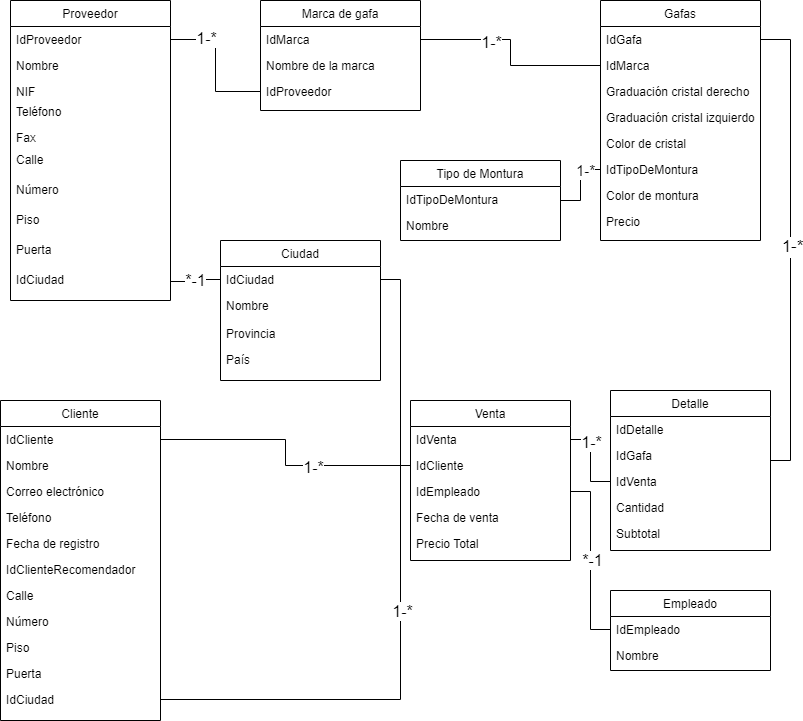
This is Optica.drawio.png from florenciaacostabosch/Mysql-estructura, a draw.io export, as it was before one commit. Source tidied: cells renumbered, new cells last; positions are measured from the earlier drawing's top-left corner, leaving out a move shared by most shapes. Source of this version:
```xml
<mxGraphModel>
  <root>
    <mxCell id="0" />
    <mxCell id="1" parent="0" />
    <mxCell id="2" value="Proveedor" style="swimlane;fontStyle=0;align=center;verticalAlign=top;horizontal=1;startSize=26;rounded=0;shadow=0;strokeWidth=1;" parent="1" vertex="1">
      <mxGeometry x="10" width="160" height="300" as="geometry" />
    </mxCell>
    <mxCell id="3" value="IdProveedor" style="text;align=left;verticalAlign=top;spacingLeft=4;spacingRight=4;overflow=hidden;points=[[0,0.5],[1,0.5]];portConstraint=eastwest;" parent="2" vertex="1">
      <mxGeometry y="26" width="160" height="26" as="geometry" />
    </mxCell>
    <mxCell id="4" value="Nombre" style="text;align=left;verticalAlign=top;spacingLeft=4;spacingRight=4;overflow=hidden;" parent="2" vertex="1">
      <mxGeometry y="52" width="160" height="26" as="geometry" />
    </mxCell>
    <mxCell id="5" value="NIF" style="text;align=left;verticalAlign=top;spacingLeft=4;spacingRight=4;overflow=hidden;rounded=0;shadow=0;html=0;" parent="2" vertex="1">
      <mxGeometry y="78" width="160" height="20" as="geometry" />
    </mxCell>
    <mxCell id="6" value="Teléfono" style="text;align=left;verticalAlign=top;spacingLeft=4;spacingRight=4;overflow=hidden;rounded=0;shadow=0;html=0;" parent="2" vertex="1">
      <mxGeometry y="98" width="160" height="26" as="geometry" />
    </mxCell>
    <mxCell id="7" value="Fax" style="text;align=left;verticalAlign=top;spacingLeft=4;spacingRight=4;overflow=hidden;rounded=0;shadow=0;html=0;" parent="2" vertex="1">
      <mxGeometry y="124" width="160" height="22" as="geometry" />
    </mxCell>
    <mxCell id="8" value="Calle" style="text;align=left;verticalAlign=top;spacingLeft=4;spacingRight=4;overflow=hidden;" parent="2" vertex="1">
      <mxGeometry y="146" width="160" height="30" as="geometry" />
    </mxCell>
    <mxCell id="9" value="Número" style="text;align=left;verticalAlign=top;spacingLeft=4;spacingRight=4;overflow=hidden;" parent="2" vertex="1">
      <mxGeometry y="176" width="160" height="30" as="geometry" />
    </mxCell>
    <mxCell id="10" value="Piso" style="text;align=left;verticalAlign=top;spacingLeft=4;spacingRight=4;overflow=hidden;" parent="2" vertex="1">
      <mxGeometry y="206" width="160" height="30" as="geometry" />
    </mxCell>
    <mxCell id="11" value="Puerta" style="text;align=left;verticalAlign=top;spacingLeft=4;spacingRight=4;overflow=hidden;" parent="2" vertex="1">
      <mxGeometry y="236" width="160" height="30" as="geometry" />
    </mxCell>
    <mxCell id="12" value="IdCiudad" style="text;align=left;verticalAlign=top;spacingLeft=4;spacingRight=4;overflow=hidden;points=[[0,0.5],[1,0.5]];portConstraint=eastwest;" parent="2" vertex="1">
      <mxGeometry y="266" width="160" height="30" as="geometry" />
    </mxCell>
    <mxCell id="13" value="Cliente" style="swimlane;fontStyle=0;align=center;verticalAlign=top;horizontal=1;startSize=26;rounded=0;shadow=0;strokeWidth=1;" parent="1" vertex="1">
      <mxGeometry y="400" width="160" height="320" as="geometry" />
    </mxCell>
    <mxCell id="14" value="IdCliente" style="text;align=left;verticalAlign=top;spacingLeft=4;spacingRight=4;overflow=hidden;points=[[0,0.5],[1,0.5]];portConstraint=eastwest;" parent="13" vertex="1">
      <mxGeometry y="26" width="160" height="26" as="geometry" />
    </mxCell>
    <mxCell id="15" value="Nombre" style="text;align=left;verticalAlign=top;spacingLeft=4;spacingRight=4;overflow=hidden;" parent="13" vertex="1">
      <mxGeometry y="52" width="160" height="26" as="geometry" />
    </mxCell>
    <mxCell id="16" value="Correo electrónico" style="text;align=left;verticalAlign=top;spacingLeft=4;spacingRight=4;overflow=hidden;rounded=0;shadow=0;html=0;" parent="13" vertex="1">
      <mxGeometry y="78" width="160" height="26" as="geometry" />
    </mxCell>
    <mxCell id="17" value="Teléfono" style="text;align=left;verticalAlign=top;spacingLeft=4;spacingRight=4;overflow=hidden;rounded=0;shadow=0;html=0;" parent="13" vertex="1">
      <mxGeometry y="104" width="160" height="26" as="geometry" />
    </mxCell>
    <mxCell id="18" value="Fecha de registro" style="text;align=left;verticalAlign=top;spacingLeft=4;spacingRight=4;overflow=hidden;rounded=0;shadow=0;html=0;" parent="13" vertex="1">
      <mxGeometry y="130" width="160" height="26" as="geometry" />
    </mxCell>
    <mxCell id="19" value="IdClienteRecomendador" style="text;align=left;verticalAlign=top;spacingLeft=4;spacingRight=4;overflow=hidden;rounded=0;shadow=0;html=0;" parent="13" vertex="1">
      <mxGeometry y="156" width="160" height="26" as="geometry" />
    </mxCell>
    <mxCell id="20" value="Calle" style="text;align=left;verticalAlign=top;spacingLeft=4;spacingRight=4;overflow=hidden;rounded=0;shadow=0;html=0;" parent="13" vertex="1">
      <mxGeometry y="182" width="160" height="26" as="geometry" />
    </mxCell>
    <mxCell id="21" value="Número" style="text;align=left;verticalAlign=top;spacingLeft=4;spacingRight=4;overflow=hidden;rounded=0;shadow=0;html=0;" parent="13" vertex="1">
      <mxGeometry y="208" width="160" height="26" as="geometry" />
    </mxCell>
    <mxCell id="22" value="Piso" style="text;align=left;verticalAlign=top;spacingLeft=4;spacingRight=4;overflow=hidden;rounded=0;shadow=0;html=0;" parent="13" vertex="1">
      <mxGeometry y="234" width="160" height="26" as="geometry" />
    </mxCell>
    <mxCell id="23" value="Puerta" style="text;align=left;verticalAlign=top;spacingLeft=4;spacingRight=4;overflow=hidden;rounded=0;shadow=0;html=0;" parent="13" vertex="1">
      <mxGeometry y="260" width="160" height="26" as="geometry" />
    </mxCell>
    <mxCell id="24" value="IdCiudad" style="text;align=left;verticalAlign=top;spacingLeft=4;spacingRight=4;overflow=hidden;points=[[0,0.5],[1,0.5]];portConstraint=eastwest;rounded=0;shadow=0;html=0;" parent="13" vertex="1">
      <mxGeometry y="286" width="160" height="26" as="geometry" />
    </mxCell>
    <mxCell id="25" value="Gafas" style="swimlane;fontStyle=0;align=center;verticalAlign=top;horizontal=1;startSize=26;rounded=0;shadow=0;strokeWidth=1;" parent="1" vertex="1">
      <mxGeometry x="600" width="160" height="240" as="geometry" />
    </mxCell>
    <mxCell id="26" value="IdGafa" style="text;align=left;verticalAlign=top;spacingLeft=4;spacingRight=4;overflow=hidden;points=[[0,0.5],[1,0.5]];portConstraint=eastwest;" parent="25" vertex="1">
      <mxGeometry y="26" width="160" height="26" as="geometry" />
    </mxCell>
    <mxCell id="27" value="IdMarca" style="text;align=left;verticalAlign=top;spacingLeft=4;spacingRight=4;overflow=hidden;points=[[0,0.5],[1,0.5]];portConstraint=eastwest;" parent="25" vertex="1">
      <mxGeometry y="52" width="160" height="26" as="geometry" />
    </mxCell>
    <mxCell id="28" value="Graduación cristal derecho" style="text;align=left;verticalAlign=top;spacingLeft=4;spacingRight=4;overflow=hidden;" parent="25" vertex="1">
      <mxGeometry y="78" width="160" height="26" as="geometry" />
    </mxCell>
    <mxCell id="29" value="Graduación cristal izquierdo" style="text;align=left;verticalAlign=top;spacingLeft=4;spacingRight=4;overflow=hidden;" parent="25" vertex="1">
      <mxGeometry y="104" width="160" height="26" as="geometry" />
    </mxCell>
    <mxCell id="30" value="Color de cristal" style="text;align=left;verticalAlign=top;spacingLeft=4;spacingRight=4;overflow=hidden;" parent="25" vertex="1">
      <mxGeometry y="130" width="160" height="26" as="geometry" />
    </mxCell>
    <mxCell id="31" value="IdTipoDeMontura" style="text;align=left;verticalAlign=top;spacingLeft=4;spacingRight=4;overflow=hidden;points=[[0,0.5],[1,0.5]];portConstraint=eastwest;" parent="25" vertex="1">
      <mxGeometry y="156" width="160" height="26" as="geometry" />
    </mxCell>
    <mxCell id="32" value="Color de montura" style="text;align=left;verticalAlign=top;spacingLeft=4;spacingRight=4;overflow=hidden;" parent="25" vertex="1">
      <mxGeometry y="182" width="160" height="26" as="geometry" />
    </mxCell>
    <mxCell id="33" value="Precio" style="text;align=left;verticalAlign=top;spacingLeft=4;spacingRight=4;overflow=hidden;" parent="25" vertex="1">
      <mxGeometry y="208" width="160" height="26" as="geometry" />
    </mxCell>
    <mxCell id="34" value="Marca de gafa" style="swimlane;fontStyle=0;align=center;verticalAlign=top;horizontal=1;startSize=26;rounded=0;shadow=0;strokeWidth=1;" parent="1" vertex="1">
      <mxGeometry x="260" width="160" height="110" as="geometry" />
    </mxCell>
    <mxCell id="35" value="IdMarca" style="text;align=left;verticalAlign=top;spacingLeft=4;spacingRight=4;overflow=hidden;points=[[0,0.5],[1,0.5]];portConstraint=eastwest;" parent="34" vertex="1">
      <mxGeometry y="26" width="160" height="26" as="geometry" />
    </mxCell>
    <mxCell id="36" value="Nombre de la marca" style="text;align=left;verticalAlign=top;spacingLeft=4;spacingRight=4;overflow=hidden;" parent="34" vertex="1">
      <mxGeometry y="52" width="160" height="26" as="geometry" />
    </mxCell>
    <mxCell id="37" value="IdProveedor" style="text;align=left;verticalAlign=top;spacingLeft=4;spacingRight=4;overflow=hidden;points=[[0,0.5],[1,0.5]];portConstraint=eastwest;" parent="34" vertex="1">
      <mxGeometry y="78" width="160" height="26" as="geometry" />
    </mxCell>
    <mxCell id="38" value="Venta" style="swimlane;fontStyle=0;align=center;verticalAlign=top;horizontal=1;startSize=26;rounded=0;shadow=0;strokeWidth=1;" parent="1" vertex="1">
      <mxGeometry x="410" y="400" width="160" height="160" as="geometry" />
    </mxCell>
    <mxCell id="39" value="IdVenta" style="text;align=left;verticalAlign=top;spacingLeft=4;spacingRight=4;overflow=hidden;points=[[0,0.5],[1,0.5]];portConstraint=eastwest;" parent="38" vertex="1">
      <mxGeometry y="26" width="160" height="26" as="geometry" />
    </mxCell>
    <mxCell id="40" value="IdCliente" style="text;align=left;verticalAlign=top;spacingLeft=4;spacingRight=4;overflow=hidden;points=[[0,0.5],[1,0.5]];portConstraint=eastwest;" parent="38" vertex="1">
      <mxGeometry y="52" width="160" height="26" as="geometry" />
    </mxCell>
    <mxCell id="41" value="IdEmpleado" style="text;align=left;verticalAlign=top;spacingLeft=4;spacingRight=4;overflow=hidden;points=[[0,0.5],[1,0.5]];portConstraint=eastwest;" parent="38" vertex="1">
      <mxGeometry y="78" width="160" height="26" as="geometry" />
    </mxCell>
    <mxCell id="42" value="Fecha de venta" style="text;align=left;verticalAlign=top;spacingLeft=4;spacingRight=4;overflow=hidden;" parent="38" vertex="1">
      <mxGeometry y="104" width="160" height="26" as="geometry" />
    </mxCell>
    <mxCell id="43" value="Precio Total" style="text;align=left;verticalAlign=top;spacingLeft=4;spacingRight=4;overflow=hidden;" parent="38" vertex="1">
      <mxGeometry y="130" width="160" height="26" as="geometry" />
    </mxCell>
    <mxCell id="44" value="Empleado" style="swimlane;fontStyle=0;align=center;verticalAlign=top;horizontal=1;startSize=26;rounded=0;shadow=0;strokeWidth=1;" parent="1" vertex="1">
      <mxGeometry x="610" y="590" width="160" height="80" as="geometry" />
    </mxCell>
    <mxCell id="45" value="IdEmpleado" style="text;align=left;verticalAlign=top;spacingLeft=4;spacingRight=4;overflow=hidden;points=[[0,0.5],[1,0.5]];portConstraint=eastwest;" parent="44" vertex="1">
      <mxGeometry y="26" width="160" height="26" as="geometry" />
    </mxCell>
    <mxCell id="46" value="Nombre" style="text;align=left;verticalAlign=top;spacingLeft=4;spacingRight=4;overflow=hidden;" parent="44" vertex="1">
      <mxGeometry y="52" width="160" height="26" as="geometry" />
    </mxCell>
    <mxCell id="47" style="edgeStyle=orthogonalEdgeStyle;rounded=0;jettySize=auto;html=1;endArrow=none;endFill=0;" parent="1" edge="1" source="27" target="35">
      <mxGeometry relative="1" as="geometry" />
    </mxCell>
    <mxCell id="48" value="1-*" style="edgeLabel;html=1;align=center;verticalAlign=middle;fontSize=16;" parent="47" vertex="1">
      <mxGeometry x="0.32" y="2" relative="1" as="geometry" />
    </mxCell>
    <mxCell id="49" style="edgeStyle=orthogonalEdgeStyle;rounded=0;jettySize=auto;html=1;endArrow=none;endFill=0;" parent="1" edge="1" source="37" target="3">
      <mxGeometry relative="1" as="geometry" />
    </mxCell>
    <mxCell id="50" value="1-*" style="edgeLabel;html=1;align=center;verticalAlign=middle;fontSize=16;" parent="49" vertex="1">
      <mxGeometry x="0.51" y="-2" relative="1" as="geometry" />
    </mxCell>
    <mxCell id="51" value="Detalle" style="swimlane;fontStyle=0;align=center;verticalAlign=top;horizontal=1;startSize=26;rounded=0;shadow=0;strokeWidth=1;" parent="1" vertex="1">
      <mxGeometry x="610" y="390" width="160" height="160" as="geometry" />
    </mxCell>
    <mxCell id="52" value="IdDetalle" style="text;align=left;verticalAlign=top;spacingLeft=4;spacingRight=4;overflow=hidden;points=[[0,0.5],[1,0.5]];portConstraint=eastwest;" parent="51" vertex="1">
      <mxGeometry y="26" width="160" height="26" as="geometry" />
    </mxCell>
    <mxCell id="53" value="IdGafa" style="text;align=left;verticalAlign=top;spacingLeft=4;spacingRight=4;overflow=hidden;" parent="51" vertex="1">
      <mxGeometry y="52" width="160" height="26" as="geometry" />
    </mxCell>
    <mxCell id="54" value="IdVenta" style="text;align=left;verticalAlign=top;spacingLeft=4;spacingRight=4;overflow=hidden;points=[[0,0.5],[1,0.5]];portConstraint=eastwest;" parent="51" vertex="1">
      <mxGeometry y="78" width="160" height="26" as="geometry" />
    </mxCell>
    <mxCell id="55" value="Cantidad" style="text;align=left;verticalAlign=top;spacingLeft=4;spacingRight=4;overflow=hidden;" parent="51" vertex="1">
      <mxGeometry y="104" width="160" height="26" as="geometry" />
    </mxCell>
    <mxCell id="56" value="Subtotal" style="text;align=left;verticalAlign=top;spacingLeft=4;spacingRight=4;overflow=hidden;" parent="51" vertex="1">
      <mxGeometry y="130" width="160" height="26" as="geometry" />
    </mxCell>
    <mxCell id="57" style="edgeStyle=orthogonalEdgeStyle;rounded=0;jettySize=auto;html=1;exitX=0;exitY=0.5;exitDx=0;exitDy=0;entryX=1;entryY=0.5;entryDx=0;entryDy=0;endArrow=none;endFill=0;" parent="1" edge="1" source="40" target="14">
      <mxGeometry relative="1" as="geometry" />
    </mxCell>
    <mxCell id="58" value="1-*" style="edgeLabel;html=1;align=center;verticalAlign=middle;fontSize=16;" parent="57" vertex="1">
      <mxGeometry x="-0.29" y="1" relative="1" as="geometry" />
    </mxCell>
    <mxCell id="59" style="edgeStyle=orthogonalEdgeStyle;rounded=0;jettySize=auto;html=1;exitX=1;exitY=0.5;exitDx=0;exitDy=0;endArrow=none;endFill=0;" parent="1" edge="1" source="41" target="45">
      <mxGeometry relative="1" as="geometry" />
    </mxCell>
    <mxCell id="60" value="*-1" style="edgeLabel;html=1;align=center;verticalAlign=middle;fontSize=16;" parent="59" vertex="1">
      <mxGeometry x="-0.01" y="1" relative="1" as="geometry" />
    </mxCell>
    <mxCell id="61" style="edgeStyle=orthogonalEdgeStyle;rounded=0;jettySize=auto;html=1;exitX=1;exitY=0.5;exitDx=0;exitDy=0;entryX=1;entryY=0.5;entryDx=0;entryDy=0;endArrow=none;endFill=0;" parent="1" edge="1" source="52" target="26">
      <mxGeometry relative="1" as="geometry">
        <Array as="points">
          <mxPoint x="770" y="460" />
          <mxPoint x="790" y="460" />
          <mxPoint x="790" y="39" />
        </Array>
      </mxGeometry>
    </mxCell>
    <mxCell id="62" value="1-*" style="edgeLabel;html=1;align=center;verticalAlign=middle;fontSize=17;" parent="61" vertex="1">
      <mxGeometry x="0.06" y="-1" relative="1" as="geometry" />
    </mxCell>
    <mxCell id="63" value="Ciudad" style="swimlane;fontStyle=0;align=center;verticalAlign=top;horizontal=1;startSize=26;rounded=0;shadow=0;strokeWidth=1;" parent="1" vertex="1">
      <mxGeometry x="220" y="240" width="160" height="140" as="geometry" />
    </mxCell>
    <mxCell id="64" value="IdCiudad" style="text;align=left;verticalAlign=top;spacingLeft=4;spacingRight=4;overflow=hidden;points=[[0,0.5],[1,0.5]];portConstraint=eastwest;" parent="63" vertex="1">
      <mxGeometry y="26" width="160" height="26" as="geometry" />
    </mxCell>
    <mxCell id="65" value="Nombre" style="text;align=left;verticalAlign=top;spacingLeft=4;spacingRight=4;overflow=hidden;" parent="63" vertex="1">
      <mxGeometry y="52" width="160" height="28" as="geometry" />
    </mxCell>
    <mxCell id="66" value="Provincia" style="text;align=left;verticalAlign=top;spacingLeft=4;spacingRight=4;overflow=hidden;" parent="63" vertex="1">
      <mxGeometry y="80" width="160" height="26" as="geometry" />
    </mxCell>
    <mxCell id="67" value="País" style="text;align=left;verticalAlign=top;spacingLeft=4;spacingRight=4;overflow=hidden;" parent="63" vertex="1">
      <mxGeometry y="106" width="160" height="26" as="geometry" />
    </mxCell>
    <mxCell id="68" value="Tipo de Montura" style="swimlane;fontStyle=0;align=center;verticalAlign=top;horizontal=1;startSize=26;rounded=0;shadow=0;strokeWidth=1;" parent="1" vertex="1">
      <mxGeometry x="400" y="160" width="160" height="80" as="geometry" />
    </mxCell>
    <mxCell id="69" value="IdTipoDeMontura" style="text;align=left;verticalAlign=top;spacingLeft=4;spacingRight=4;overflow=hidden;" parent="68" vertex="1">
      <mxGeometry y="26" width="160" height="26" as="geometry" />
    </mxCell>
    <mxCell id="70" value="Nombre" style="text;align=left;verticalAlign=top;spacingLeft=4;spacingRight=4;overflow=hidden;" parent="68" vertex="1">
      <mxGeometry y="52" width="160" height="28" as="geometry" />
    </mxCell>
    <mxCell id="71" style="edgeStyle=orthogonalEdgeStyle;rounded=0;jettySize=auto;html=1;exitX=0;exitY=0.5;exitDx=0;exitDy=0;endArrow=none;endFill=0;" parent="1" edge="1" source="31" target="68">
      <mxGeometry relative="1" as="geometry" />
    </mxCell>
    <mxCell id="72" value="1-*" style="edgeLabel;html=1;align=center;verticalAlign=middle;fontSize=15;" parent="71" vertex="1">
      <mxGeometry x="-0.55" relative="1" as="geometry" />
    </mxCell>
    <mxCell id="73" style="edgeStyle=orthogonalEdgeStyle;rounded=0;jettySize=auto;html=1;exitX=1;exitY=0.5;exitDx=0;exitDy=0;entryX=0;entryY=0.5;entryDx=0;entryDy=0;endArrow=none;endFill=0;" parent="1" edge="1" source="12" target="64">
      <mxGeometry relative="1" as="geometry" />
    </mxCell>
    <mxCell id="74" value="*-1" style="edgeLabel;html=1;align=center;verticalAlign=middle;fontSize=16;" parent="73" vertex="1">
      <mxGeometry x="0.04" y="-1" relative="1" as="geometry">
        <mxPoint x="-1" y="-1" as="offset" />
      </mxGeometry>
    </mxCell>
    <mxCell id="75" style="edgeStyle=orthogonalEdgeStyle;rounded=0;jettySize=auto;html=1;exitX=1;exitY=0.5;exitDx=0;exitDy=0;entryX=1;entryY=0.5;entryDx=0;entryDy=0;endArrow=none;endFill=0;" parent="1" edge="1" source="24" target="64">
      <mxGeometry relative="1" as="geometry" />
    </mxCell>
    <mxCell id="76" value="1-*" style="edgeLabel;html=1;align=center;verticalAlign=middle;fontSize=16;" parent="75" vertex="1">
      <mxGeometry x="-0.03" y="-1" relative="1" as="geometry" />
    </mxCell>
    <mxCell id="77" style="edgeStyle=orthogonalEdgeStyle;rounded=0;jettySize=auto;html=1;exitX=1;exitY=0.5;exitDx=0;exitDy=0;entryX=0;entryY=0.5;entryDx=0;entryDy=0;endArrow=none;endFill=0;" parent="1" edge="1" source="39" target="54">
      <mxGeometry relative="1" as="geometry" />
    </mxCell>
    <mxCell id="78" value="1-*" style="edgeLabel;html=1;align=center;verticalAlign=middle;fontSize=16;" parent="77" vertex="1">
      <mxGeometry x="-0.46" relative="1" as="geometry" />
    </mxCell>
  </root>
</mxGraphModel>
```
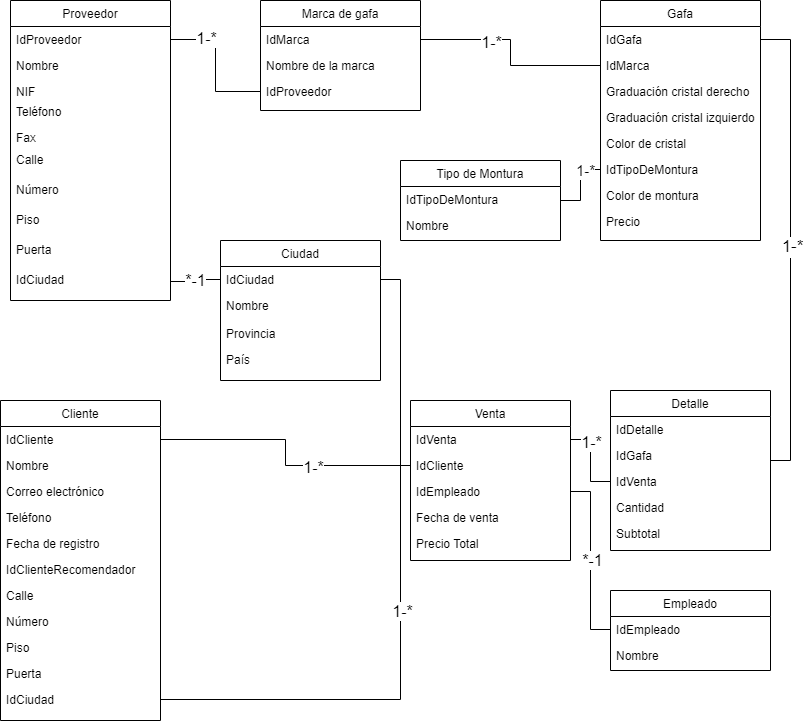
After the change.

What changed in the source:
```diff
@@ -71,7 +71,7 @@
     <mxCell id="24" value="IdCiudad" style="text;align=left;verticalAlign=top;spacingLeft=4;spacingRight=4;overflow=hidden;points=[[0,0.5],[1,0.5]];portConstraint=eastwest;rounded=0;shadow=0;html=0;" parent="13" vertex="1">
       <mxGeometry y="286" width="160" height="26" as="geometry" />
     </mxCell>
-    <mxCell id="25" value="Gafas" style="swimlane;fontStyle=0;align=center;verticalAlign=top;horizontal=1;startSize=26;rounded=0;shadow=0;strokeWidth=1;" parent="1" vertex="1">
+    <mxCell id="25" value="Gafa" style="swimlane;fontStyle=0;align=center;verticalAlign=top;horizontal=1;startSize=26;rounded=0;shadow=0;strokeWidth=1;" parent="1" vertex="1">
       <mxGeometry x="600" width="160" height="240" as="geometry" />
     </mxCell>
     <mxCell id="26" value="IdGafa" style="text;align=left;verticalAlign=top;spacingLeft=4;spacingRight=4;overflow=hidden;points=[[0,0.5],[1,0.5]];portConstraint=eastwest;" parent="25" vertex="1">
```
